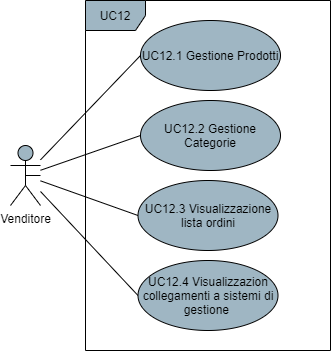
Omicron-Team/Documentazione keeps this draw.io diagram as DocumentazioneEsterna/AnalisiDeiRequisiti/res/UseCase/Immagini/MerchantDashboard.png. Above is the earlier version. Source tidied: cells renumbered, new cells last; positions are measured from the earlier drawing's top-left corner, leaving out a move shared by most shapes.
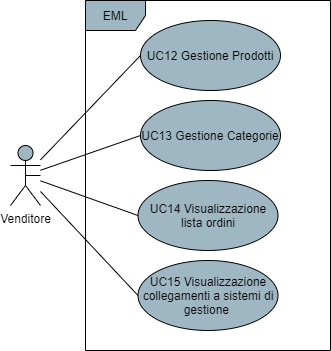
Above is the later version.

Change to the diagram source:
```diff
@@ -17,19 +17,19 @@
     <mxCell id="6" value="Venditore" style="shape=umlActor;verticalLabelPosition=bottom;verticalAlign=top;html=1;fillColor=#9FB6C3;" parent="1" vertex="1">
       <mxGeometry y="145" width="30" height="60" as="geometry" />
     </mxCell>
-    <mxCell id="7" value="UC12" style="shape=umlFrame;whiteSpace=wrap;html=1;fillColor=#9FB6C3;" parent="1" vertex="1">
+    <mxCell id="7" value="EML" style="shape=umlFrame;whiteSpace=wrap;html=1;fillColor=#9FB6C3;" parent="1" vertex="1">
       <mxGeometry x="75" width="245" height="350" as="geometry" />
     </mxCell>
-    <mxCell id="8" value="UC12.1 Gestione Prodotti" style="ellipse;whiteSpace=wrap;html=1;fillColor=#9FB6C3;" parent="1" vertex="1">
+    <mxCell id="8" value="UC12 Gestione Prodotti" style="ellipse;whiteSpace=wrap;html=1;fillColor=#9FB6C3;" parent="1" vertex="1">
       <mxGeometry x="130" y="20" width="140" height="70" as="geometry" />
     </mxCell>
-    <mxCell id="9" value="UC12.2 Gestione Categorie" style="ellipse;whiteSpace=wrap;html=1;fillColor=#9FB6C3;" parent="1" vertex="1">
+    <mxCell id="9" value="UC13 Gestione Categorie" style="ellipse;whiteSpace=wrap;html=1;fillColor=#9FB6C3;" parent="1" vertex="1">
       <mxGeometry x="130" y="100" width="140" height="70" as="geometry" />
     </mxCell>
-    <mxCell id="10" value="UC12.3 Visualizzazione lista ordini" style="ellipse;whiteSpace=wrap;html=1;fillColor=#9FB6C3;" parent="1" vertex="1">
+    <mxCell id="10" value="UC14 Visualizzazione lista ordini" style="ellipse;whiteSpace=wrap;html=1;fillColor=#9FB6C3;" parent="1" vertex="1">
       <mxGeometry x="127.5" y="180" width="140" height="70" as="geometry" />
     </mxCell>
-    <mxCell id="11" value="UC12.4 Visualizzazion collegamenti a sistemi di gestione&amp;nbsp;" style="ellipse;whiteSpace=wrap;html=1;fillColor=#9FB6C3;" parent="1" vertex="1">
+    <mxCell id="11" value="UC15 Visualizzazione collegamenti a sistemi di gestione&amp;nbsp;" style="ellipse;whiteSpace=wrap;html=1;fillColor=#9FB6C3;" parent="1" vertex="1">
       <mxGeometry x="127.5" y="260" width="140" height="70" as="geometry" />
     </mxCell>
     <mxCell id="12" style="edgeStyle=none;rounded=0;orthogonalLoop=1;jettySize=auto;html=1;exitX=0.5;exitY=0.5;exitDx=0;exitDy=0;exitPerimeter=0;startArrow=none;startFill=0;endArrow=none;endFill=0;" parent="1" edge="1" source="6" target="6">
```
